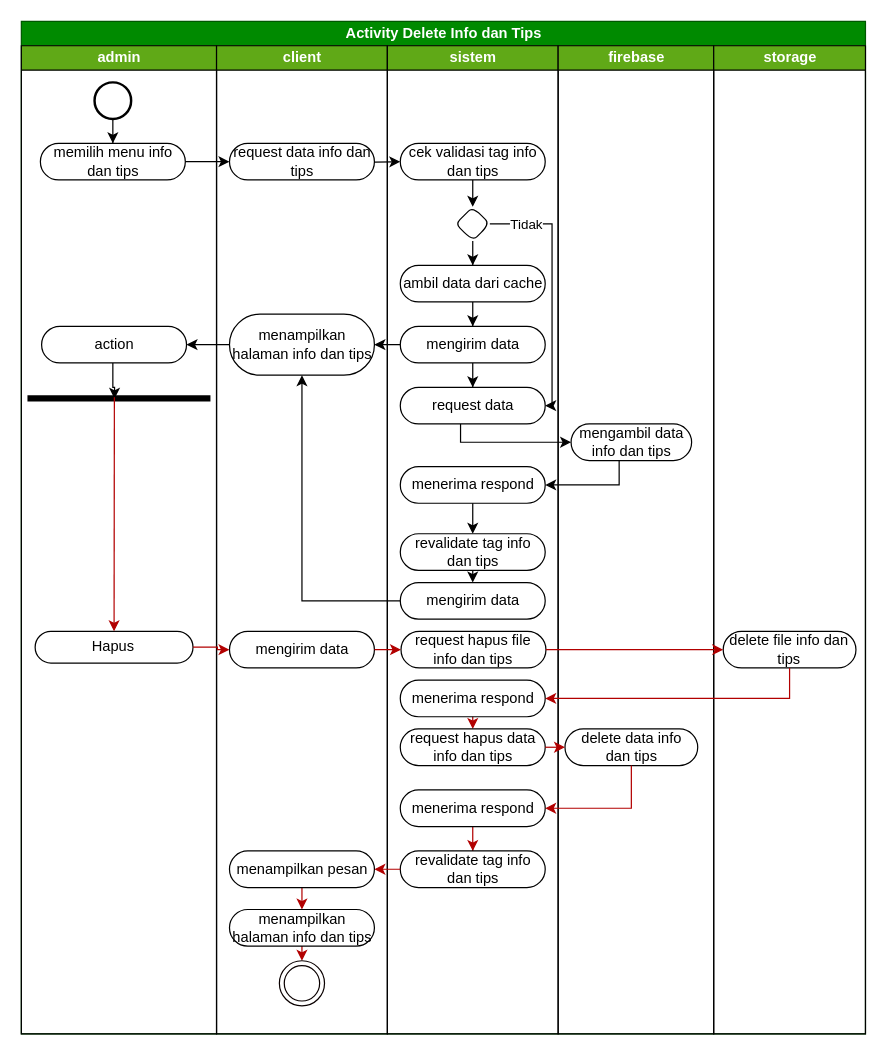
This is page "activity Delete info dan tips" (25 of 43) of skrpsian.drawio from ThikerXCX/umltoko, a draw.io file, before an edit. Source tidied: cells renumbered, new cells numbered last; positions are measured from the earlier drawing's top-left corner, leaving out a move shared by most shapes. Both pictures are drawn from the tidied source at 122%, with x=0, y=0 at pixel (21, 21).
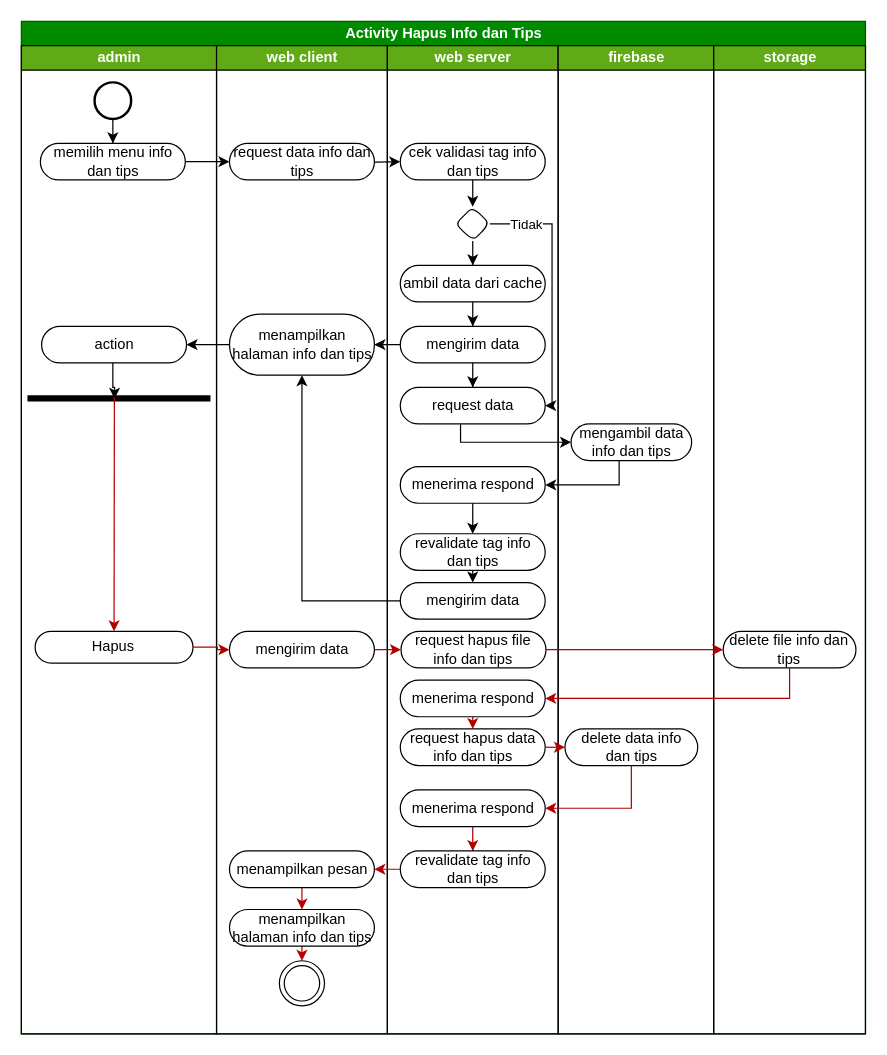
Above is the later version.

Change to the diagram source:
```diff
@@
-    <mxCell id="2" value="Activity Delete Info dan Tips" style="swimlane;startSize=20;html=1;fillColor=#008a00;fontColor=#ffffff;strokeColor=#005700;" parent="1" vertex="1">
+    <mxCell id="2" value="Activity Hapus Info dan Tips" style="swimlane;startSize=20;html=1;fillColor=#008a00;fontColor=#ffffff;strokeColor=#005700;" parent="1" vertex="1">
       <mxGeometry width="691.9" height="830" as="geometry" />
     </mxCell>
@@
-    <mxCell id="12" value="client" style="swimlane;startSize=20;html=1;fillColor=#60a917;fontColor=#ffffff;strokeColor=#000000;" parent="2" vertex="1">
+    <mxCell id="12" value="web client" style="swimlane;startSize=20;html=1;fillColor=#60a917;fontColor=#ffffff;strokeColor=#000000;" parent="2" vertex="1">
       <mxGeometry x="160" y="20" width="140" height="810" as="geometry" />
     </mxCell>
@@
-    <mxCell id="21" value="sistem" style="swimlane;startSize=20;html=1;fillColor=#60a917;fontColor=#ffffff;strokeColor=#000000;" parent="2" vertex="1">
+    <mxCell id="21" value="web server" style="swimlane;startSize=20;html=1;fillColor=#60a917;fontColor=#ffffff;strokeColor=#000000;" parent="2" vertex="1">
       <mxGeometry x="300" y="20" width="140" height="810" as="geometry" />
     </mxCell>
```
